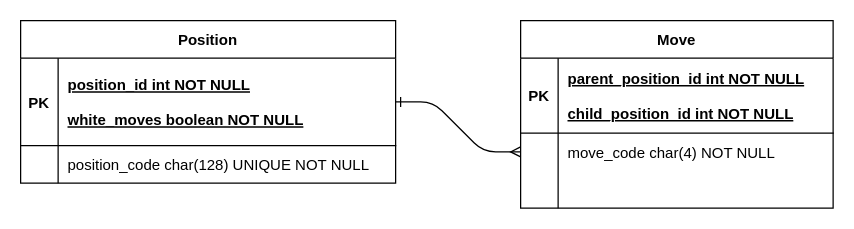
skoda-octavia/chessEngine keeps this draw.io diagram as documentation/database.drawio. Above is the earlier version. Source tidied: cells renumbered, new cells numbered last; positions are measured from the earlier drawing's top-left corner, leaving out a move shared by most shapes. Both pictures are drawn from the tidied source at 125%, with x=0, y=0 at pixel (20, 20).
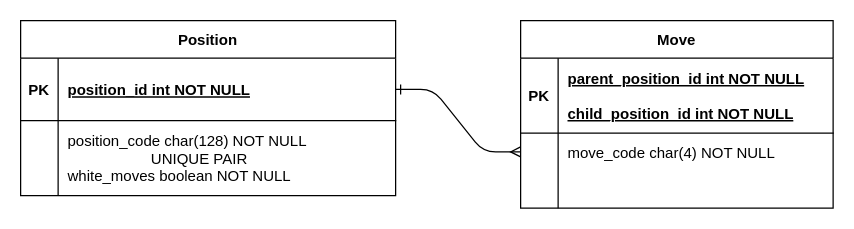
After the change.

Diff of the diagram source:
```diff
@@
 <mxGraphModel>
   <root>
     <mxCell id="0" />
     <mxCell id="1" parent="0" />
     <mxCell id="2" style="edgeStyle=entityRelationEdgeStyle;endArrow=ERmany;startArrow=ERone;endFill=1;startFill=0;fontSize=12;html=1;" parent="1" edge="1" source="14" target="7">
       <mxGeometry relative="1" as="geometry" />
     </mxCell>
     <mxCell id="3" value="Move" style="shape=table;startSize=30;childLayout=tableLayout;rowLines=0;fontStyle=1;align=center;" parent="1" vertex="1">
       <mxGeometry x="400" width="250" height="150" as="geometry" />
     </mxCell>
     <mxCell id="4" style="shape=partialRectangle;fillColor=none;top=0;left=0;right=0;bottom=1;" parent="3" vertex="1">
       <mxGeometry y="30" width="250" height="60" as="geometry" />
     </mxCell>
     <mxCell id="5" value="PK" style="shape=partialRectangle;overflow=hidden;fillColor=none;top=0;left=0;bottom=0;right=0;fontStyle=1;" parent="4" vertex="1">
       <mxGeometry width="30" height="60" as="geometry" />
     </mxCell>
     <mxCell id="6" value="parent_position_id int NOT NULL&#10;&#10;child_position_id int NOT NULL" style="shape=partialRectangle;overflow=hidden;fillColor=none;top=0;left=0;bottom=0;right=0;align=left;spacingLeft=6;fontStyle=5;" parent="4" vertex="1">
       <mxGeometry x="30" width="220" height="60" as="geometry" />
     </mxCell>
     <mxCell id="7" style="shape=partialRectangle;fillColor=none;points=[[0,0.5],[1,0.5]];portConstraint=eastwest;top=0;left=0;right=0;bottom=0;" parent="3" vertex="1">
       <mxGeometry y="90" width="250" height="30" as="geometry" />
     </mxCell>
     <mxCell id="8" style="shape=partialRectangle;overflow=hidden;fillColor=none;top=0;left=0;bottom=0;right=0;" parent="7" vertex="1">
       <mxGeometry width="30" height="30" as="geometry" />
     </mxCell>
     <mxCell id="9" value="move_code char(4) NOT NULL" style="shape=partialRectangle;overflow=hidden;fillColor=none;top=0;left=0;bottom=0;right=0;align=left;spacingLeft=6;" parent="7" vertex="1">
       <mxGeometry x="30" width="220" height="30" as="geometry" />
     </mxCell>
     <mxCell id="10" style="shape=partialRectangle;fillColor=none;top=0;left=0;right=0;bottom=0;" parent="3" vertex="1">
       <mxGeometry y="120" width="250" height="30" as="geometry" />
     </mxCell>
     <mxCell id="11" style="shape=partialRectangle;overflow=hidden;fillColor=none;top=0;left=0;bottom=0;right=0;" parent="10" vertex="1">
       <mxGeometry width="30" height="30" as="geometry" />
     </mxCell>
     <mxCell id="12" style="shape=partialRectangle;overflow=hidden;fillColor=none;top=0;left=0;bottom=0;right=0;align=left;spacingLeft=6;" parent="10" vertex="1">
       <mxGeometry x="30" width="220" height="30" as="geometry" />
     </mxCell>
     <mxCell id="13" value="Position" style="shape=table;startSize=30;childLayout=tableLayout;rowLines=0;fontStyle=1;align=center;" parent="1" vertex="1">
-      <mxGeometry width="300" height="130" as="geometry" />
+      <mxGeometry width="300" height="140" as="geometry" />
     </mxCell>
     <mxCell id="14" style="shape=partialRectangle;fillColor=none;points=[[0,0.5],[1,0.5]];portConstraint=eastwest;top=0;left=0;right=0;bottom=1;" parent="13" vertex="1">
-      <mxGeometry y="30" width="300" height="70" as="geometry" />
+      <mxGeometry y="30" width="300" height="50" as="geometry" />
     </mxCell>
     <mxCell id="15" value="PK" style="shape=partialRectangle;overflow=hidden;fillColor=none;top=0;left=0;bottom=0;right=0;fontStyle=1;" parent="14" vertex="1">
-      <mxGeometry width="30" height="70" as="geometry" />
+      <mxGeometry width="30" height="50" as="geometry" />
     </mxCell>
-    <mxCell id="16" value="position_id int NOT NULL&#10;&#10;white_moves boolean NOT NULL" style="shape=partialRectangle;overflow=hidden;fillColor=none;top=0;left=0;bottom=0;right=0;align=left;spacingLeft=6;fontStyle=5;" parent="14" vertex="1">
-      <mxGeometry x="30" width="270" height="70" as="geometry" />
+    <mxCell id="16" value="position_id int NOT NULL" style="shape=partialRectangle;overflow=hidden;fillColor=none;top=0;left=0;bottom=0;right=0;align=left;spacingLeft=6;fontStyle=5;" parent="14" vertex="1">
+      <mxGeometry x="30" width="270" height="50" as="geometry" />
     </mxCell>
     <mxCell id="17" style="shape=partialRectangle;fillColor=none;top=0;left=0;right=0;bottom=0;" parent="13" vertex="1">
-      <mxGeometry y="100" width="300" height="30" as="geometry" />
+      <mxGeometry y="80" width="300" height="60" as="geometry" />
     </mxCell>
     <mxCell id="18" style="shape=partialRectangle;overflow=hidden;fillColor=none;top=0;left=0;bottom=0;right=0;" parent="17" vertex="1">
-      <mxGeometry width="30" height="30" as="geometry" />
+      <mxGeometry width="30" height="60" as="geometry" />
     </mxCell>
-    <mxCell id="19" value="position_code char(128) UNIQUE NOT NULL" style="shape=partialRectangle;overflow=hidden;fillColor=none;top=0;left=0;bottom=0;right=0;align=left;spacingLeft=6;" parent="17" vertex="1">
-      <mxGeometry x="30" width="270" height="30" as="geometry" />
+    <mxCell id="19" value="position_code char(128) NOT NULL&#10;                    UNIQUE PAIR&#10;white_moves boolean NOT NULL" style="shape=partialRectangle;overflow=hidden;fillColor=none;top=0;left=0;bottom=0;right=0;align=left;spacingLeft=6;" parent="17" vertex="1">
+      <mxGeometry x="30" width="270" height="60" as="geometry" />
     </mxCell>
   </root>
 </mxGraphModel>
```
